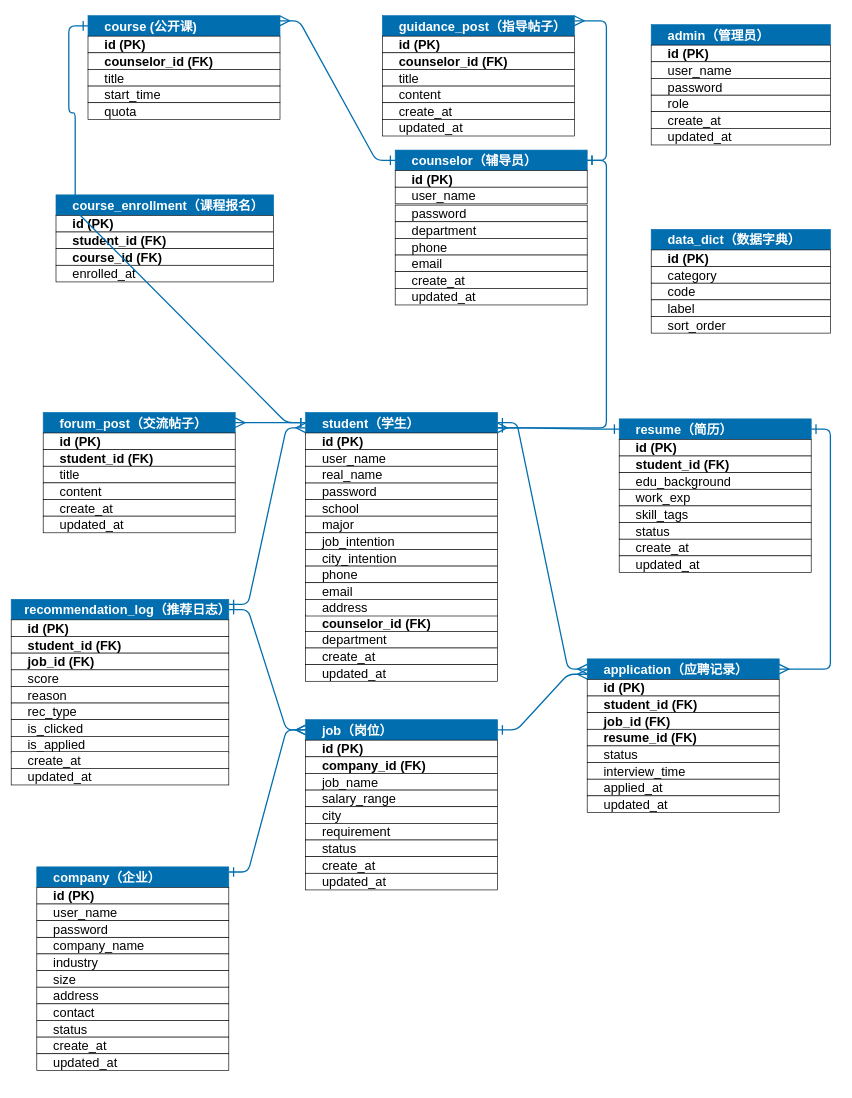
This is 图表/ER图v3-关系实例-for ai.drawio from Avocadohxx/career, a draw.io file, before an edit. Source tidied: cells renumbered, new cells numbered last; positions are measured from the earlier drawing's top-left corner, leaving out a move shared by most shapes. Both pictures are drawn from the tidied source at 64%, with x=0, y=0 at pixel (11, 15).
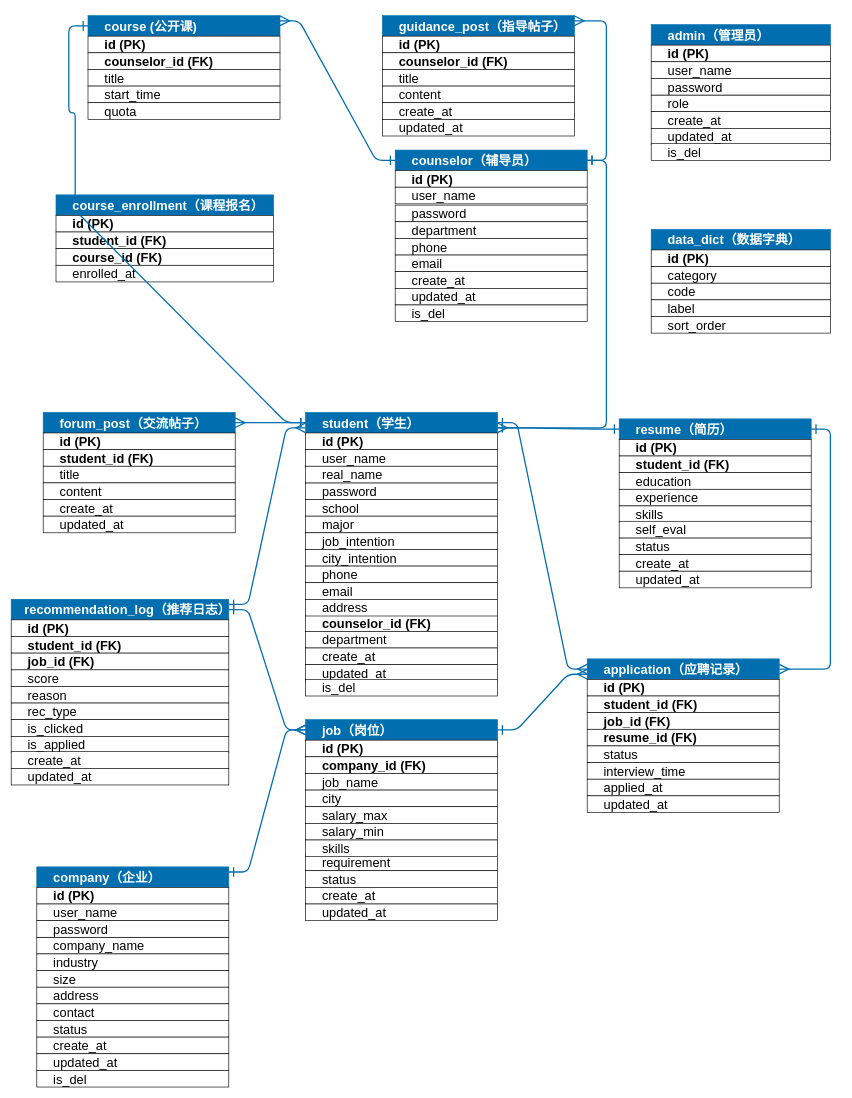
The same diagram, later.

What changed in the source:
```diff
@@
-    <mxCell id="16" value="edu_background" style="rounded=0;whiteSpace=wrap;html=1;fontSize=20;align=left;spacingLeft=24;" parent="1" vertex="1">
+    <mxCell id="16" value="education" style="rounded=0;whiteSpace=wrap;html=1;fontSize=20;align=left;spacingLeft=24;" parent="1" vertex="1">
       <mxGeometry x="950" y="714" width="300" height="26" as="geometry" />
     </mxCell>
-    <mxCell id="17" value="work_exp" style="rounded=0;whiteSpace=wrap;html=1;fontSize=20;align=left;spacingLeft=24;" parent="1" vertex="1">
+    <mxCell id="17" value="experience" style="rounded=0;whiteSpace=wrap;html=1;fontSize=20;align=left;spacingLeft=24;" parent="1" vertex="1">
       <mxGeometry x="950" y="740" width="300" height="26" as="geometry" />
     </mxCell>
-    <mxCell id="18" value="skill_tags" style="rounded=0;whiteSpace=wrap;html=1;fontSize=20;align=left;spacingLeft=24;" parent="1" vertex="1">
+    <mxCell id="18" value="skills" style="rounded=0;whiteSpace=wrap;html=1;fontSize=20;align=left;spacingLeft=24;" parent="1" vertex="1">
       <mxGeometry x="950" y="766" width="300" height="26" as="geometry" />
     </mxCell>
     <mxCell id="19" value="status" style="rounded=0;whiteSpace=wrap;html=1;fontSize=20;align=left;spacingLeft=24;" parent="1" vertex="1">
-      <mxGeometry x="950" y="792" width="300" height="26" as="geometry" />
+      <mxGeometry x="950" y="816" width="300" height="26" as="geometry" />
     </mxCell>
@@
-    <mxCell id="40" value="salary_range" style="rounded=0;whiteSpace=wrap;html=1;fontSize=20;align=left;spacingLeft=24;" parent="1" vertex="1">
+    <mxCell id="40" value="city" style="rounded=0;whiteSpace=wrap;html=1;fontSize=20;align=left;spacingLeft=24;" parent="1" vertex="1">
       <mxGeometry x="460" y="1210" width="300" height="26" as="geometry" />
     </mxCell>
-    <mxCell id="41" value="city" style="rounded=0;whiteSpace=wrap;html=1;fontSize=20;align=left;spacingLeft=24;" parent="1" vertex="1">
+    <mxCell id="41" value="salary_max" style="rounded=0;whiteSpace=wrap;html=1;fontSize=20;align=left;spacingLeft=24;" parent="1" vertex="1">
       <mxGeometry x="460" y="1236" width="300" height="26" as="geometry" />
     </mxCell>
     <mxCell id="42" value="requirement" style="rounded=0;whiteSpace=wrap;html=1;fontSize=20;align=left;spacingLeft=24;" parent="1" vertex="1">
-      <mxGeometry x="460" y="1262" width="300" height="26" as="geometry" />
+      <mxGeometry x="460" y="1310" width="300" height="26" as="geometry" />
     </mxCell>
     <mxCell id="43" value="status" style="rounded=0;whiteSpace=wrap;html=1;fontSize=20;align=left;spacingLeft=24;" parent="1" vertex="1">
-      <mxGeometry x="460" y="1288" width="300" height="26" as="geometry" />
+      <mxGeometry x="460" y="1336" width="300" height="26" as="geometry" />
     </mxCell>
@@
     <mxCell id="100" value="create_at" style="rounded=0;whiteSpace=wrap;html=1;fontSize=20;align=left;spacingLeft=24;" parent="1" vertex="1">
-      <mxGeometry x="950" y="818" width="300" height="26" as="geometry" />
+      <mxGeometry x="950" y="842" width="300" height="26" as="geometry" />
     </mxCell>
     <mxCell id="101" value="updated_at" style="rounded=0;whiteSpace=wrap;html=1;fontSize=20;align=left;spacingLeft=24;" parent="1" vertex="1">
-      <mxGeometry x="950" y="844" width="300" height="26" as="geometry" />
+      <mxGeometry x="950" y="868" width="300" height="26" as="geometry" />
     </mxCell>
@@
     <mxCell id="106" value="create_at" style="rounded=0;whiteSpace=wrap;html=1;fontSize=20;align=left;spacingLeft=24;" parent="1" vertex="1">
-      <mxGeometry x="460" y="1314" width="300" height="26" as="geometry" />
+      <mxGeometry x="460" y="1362" width="300" height="26" as="geometry" />
     </mxCell>
     <mxCell id="107" value="updated_at" style="rounded=0;whiteSpace=wrap;html=1;fontSize=20;align=left;spacingLeft=24;" parent="1" vertex="1">
-      <mxGeometry x="460" y="1340" width="300" height="26" as="geometry" />
+      <mxGeometry x="460" y="1388" width="300" height="26" as="geometry" />
     </mxCell>
@@
+    <mxCell id="129" value="is_del" style="rounded=0;whiteSpace=wrap;html=1;fontSize=20;align=left;spacingLeft=24;" parent="1" vertex="1">
+      <mxGeometry x="1000" y="200" width="280" height="26" as="geometry" />
+    </mxCell>
+    <mxCell id="130" value="is_del" style="rounded=0;whiteSpace=wrap;html=1;fontSize=20;align=left;spacingLeft=24;" parent="1" vertex="1">
+      <mxGeometry x="600" y="452" width="300" height="26" as="geometry" />
+    </mxCell>
+    <mxCell id="131" value="is_del" style="rounded=0;whiteSpace=wrap;html=1;fontSize=20;align=left;spacingLeft=24;" parent="1" vertex="1">
+      <mxGeometry x="460" y="1037" width="300" height="26" as="geometry" />
+    </mxCell>
+    <mxCell id="132" value="is_del" style="rounded=0;whiteSpace=wrap;html=1;fontSize=20;align=left;spacingLeft=24;" parent="1" vertex="1">
+      <mxGeometry x="40" y="1648" width="300" height="26" as="geometry" />
+    </mxCell>
+    <mxCell id="133" value="salary_min" style="rounded=0;whiteSpace=wrap;html=1;fontSize=20;align=left;spacingLeft=24;" parent="1" vertex="1">
+      <mxGeometry x="460" y="1262" width="300" height="26" as="geometry" />
+    </mxCell>
+    <mxCell id="134" value="skills" style="rounded=0;whiteSpace=wrap;html=1;fontSize=20;align=left;spacingLeft=24;" parent="1" vertex="1">
+      <mxGeometry x="460" y="1288" width="300" height="26" as="geometry" />
+    </mxCell>
+    <mxCell id="135" value="self_eval" style="rounded=0;whiteSpace=wrap;html=1;fontSize=20;align=left;spacingLeft=24;" parent="1" vertex="1">
+      <mxGeometry x="950" y="790" width="300" height="26" as="geometry" />
+    </mxCell>
```
